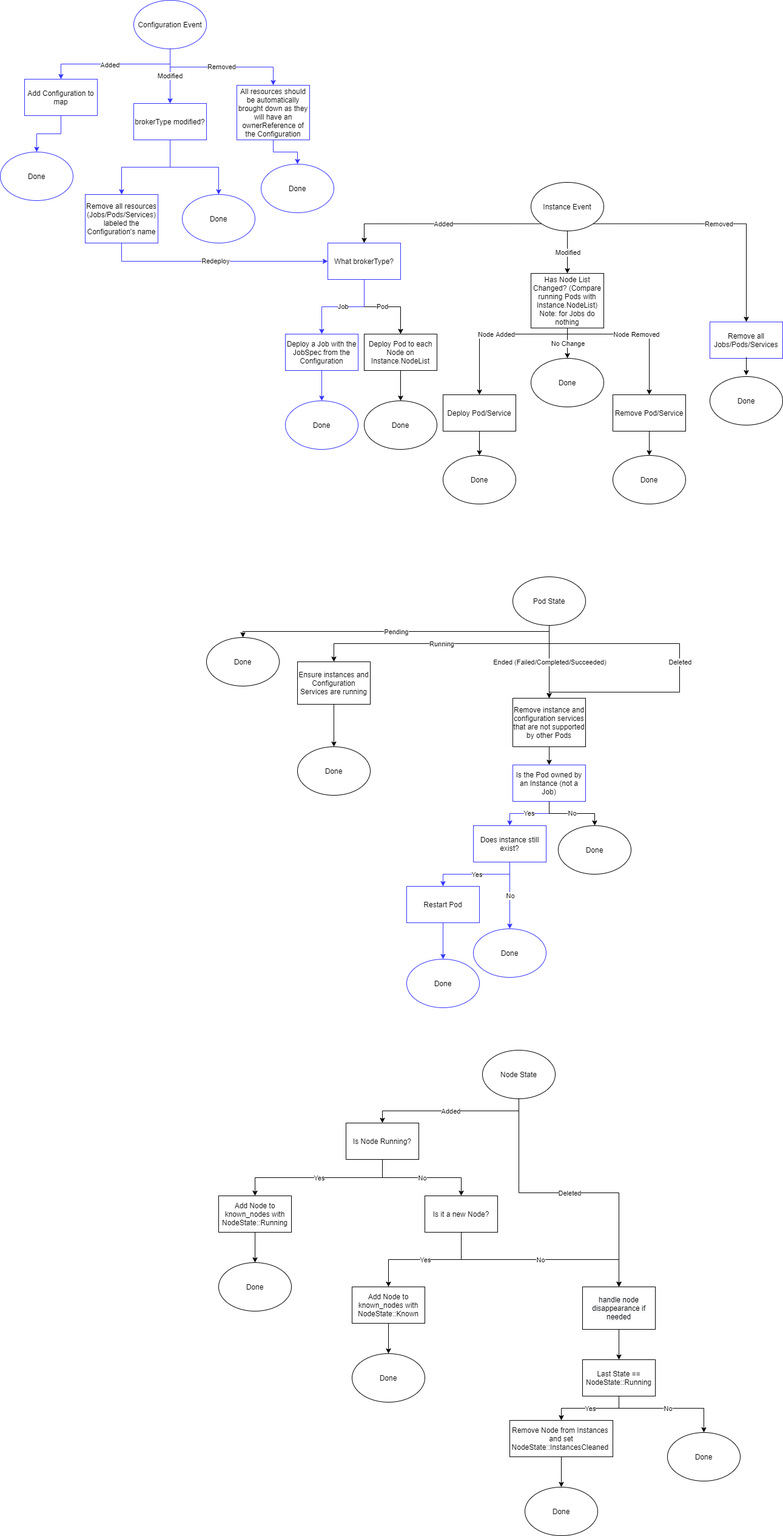
Above: media/controller-with-jobs-flow.png in project-akri/akri-docs (draw.io), before the change. Source tidied: cells renumbered, new cells last; positions are measured from the earlier drawing's top-left corner, leaving out a move shared by most shapes.
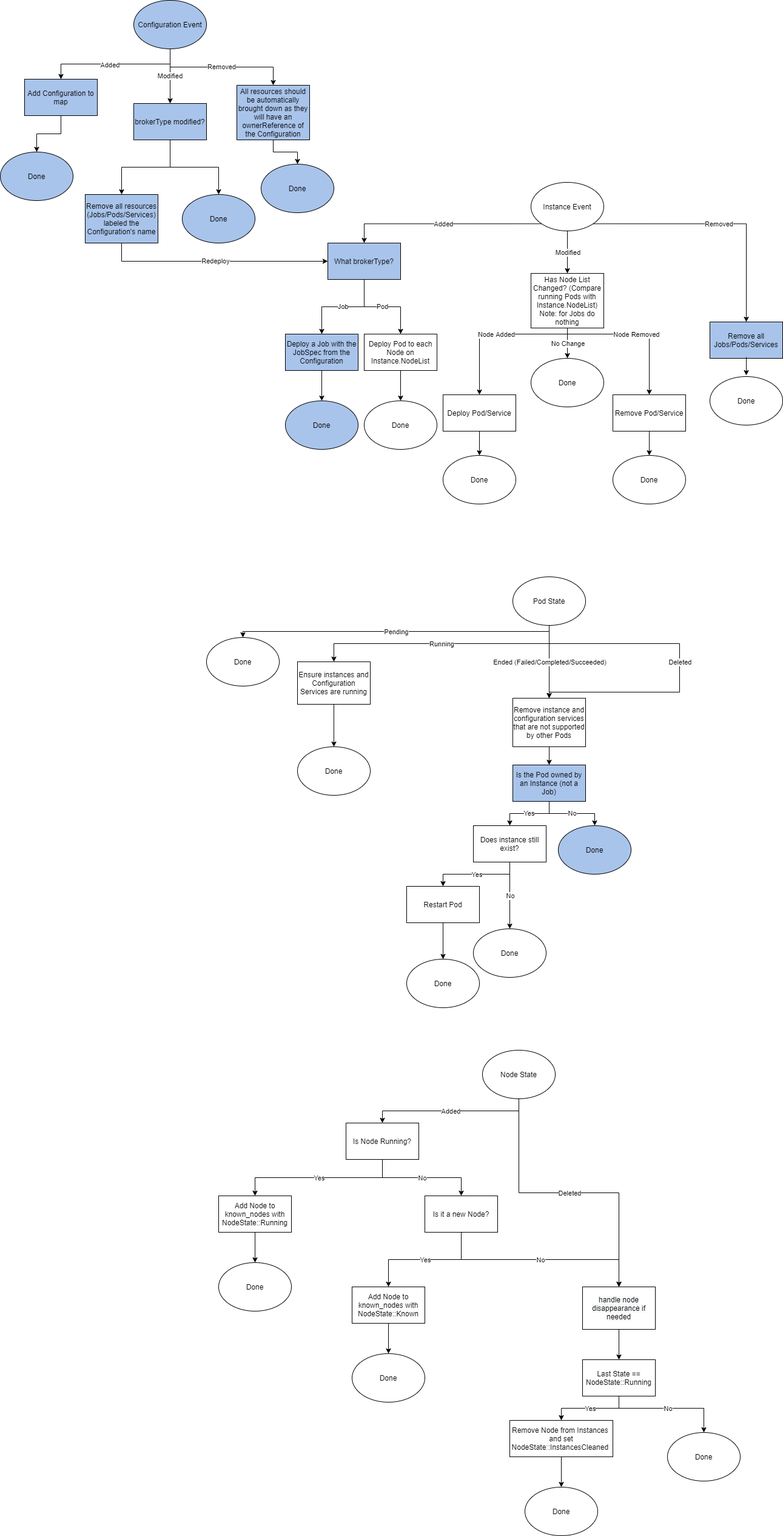
The same diagram one commit later.

Change to the diagram source:
```diff
@@ -78,7 +78,7 @@
     <mxCell id="23" value="Done" style="ellipse;whiteSpace=wrap;html=1;" parent="1" vertex="1">
       <mxGeometry x="1010" y="750" width="120" height="80" as="geometry" />
     </mxCell>
-    <mxCell id="24" value="Remove all Jobs/Pods/Services" style="rounded=0;whiteSpace=wrap;html=1;strokeColor=#3333FF;" parent="1" vertex="1">
+    <mxCell id="24" value="Remove all Jobs/Pods/Services" style="rounded=0;whiteSpace=wrap;html=1;strokeColor=#000000;fillColor=#A9C4EB;" parent="1" vertex="1">
       <mxGeometry x="1170" y="530" width="120" height="60" as="geometry" />
     </mxCell>
     <mxCell id="25" value="Done" style="ellipse;whiteSpace=wrap;html=1;" parent="1" vertex="1">
@@ -96,73 +96,73 @@
     <mxCell id="28" value="No Change" style="edgeLabel;html=1;align=center;verticalAlign=middle;" parent="27" vertex="1">
       <mxGeometry relative="1" as="geometry" />
     </mxCell>
-    <mxCell id="29" style="edgeStyle=orthogonalEdgeStyle;rounded=0;jettySize=auto;html=1;exitX=0.5;exitY=1;exitDx=0;exitDy=0;entryX=0.5;entryY=0;entryDx=0;entryDy=0;strokeColor=#3333FF;" parent="1" edge="1" source="33" target="35">
+    <mxCell id="29" style="edgeStyle=orthogonalEdgeStyle;rounded=0;jettySize=auto;html=1;exitX=0.5;exitY=1;exitDx=0;exitDy=0;entryX=0.5;entryY=0;entryDx=0;entryDy=0;strokeColor=#000000;fillColor=#A9C4EB;" parent="1" edge="1" source="33" target="35">
       <mxGeometry relative="1" as="geometry" />
     </mxCell>
-    <mxCell id="30" value="Added" style="edgeLabel;html=1;align=center;verticalAlign=middle;strokeColor=#3333FF;" parent="29" vertex="1">
+    <mxCell id="30" value="Added" style="edgeLabel;html=1;align=center;verticalAlign=middle;strokeColor=#000000;fillColor=#A9C4EB;" parent="29" vertex="1">
       <mxGeometry x="0.09" y="1" relative="1" as="geometry" />
     </mxCell>
-    <mxCell id="31" value="Modified" style="edgeStyle=orthogonalEdgeStyle;rounded=0;jettySize=auto;html=1;exitX=0.5;exitY=1;exitDx=0;exitDy=0;entryX=0.5;entryY=0;entryDx=0;entryDy=0;strokeColor=#3333FF;" parent="1" edge="1" source="33" target="38">
+    <mxCell id="31" value="Modified" style="edgeStyle=orthogonalEdgeStyle;rounded=0;jettySize=auto;html=1;exitX=0.5;exitY=1;exitDx=0;exitDy=0;entryX=0.5;entryY=0;entryDx=0;entryDy=0;strokeColor=#000000;fillColor=#A9C4EB;" parent="1" edge="1" source="33" target="38">
       <mxGeometry relative="1" as="geometry" />
     </mxCell>
-    <mxCell id="32" value="Removed" style="edgeStyle=orthogonalEdgeStyle;rounded=0;jettySize=auto;html=1;exitX=0.5;exitY=1;exitDx=0;exitDy=0;entryX=0.5;entryY=0;entryDx=0;entryDy=0;strokeColor=#3333FF;" parent="1" edge="1" source="33" target="42">
+    <mxCell id="32" value="Removed" style="edgeStyle=orthogonalEdgeStyle;rounded=0;jettySize=auto;html=1;exitX=0.5;exitY=1;exitDx=0;exitDy=0;entryX=0.5;entryY=0;entryDx=0;entryDy=0;strokeColor=#000000;fillColor=#A9C4EB;" parent="1" edge="1" source="33" target="42">
       <mxGeometry relative="1" as="geometry" />
     </mxCell>
-    <mxCell id="33" value="Configuration Event" style="ellipse;whiteSpace=wrap;html=1;strokeColor=#3333FF;" parent="1" vertex="1">
+    <mxCell id="33" value="Configuration Event" style="ellipse;whiteSpace=wrap;html=1;strokeColor=#000000;fillColor=#A9C4EB;" parent="1" vertex="1">
       <mxGeometry x="220" width="120" height="80" as="geometry" />
     </mxCell>
-    <mxCell id="34" style="edgeStyle=orthogonalEdgeStyle;rounded=0;jettySize=auto;html=1;exitX=0.5;exitY=1;exitDx=0;exitDy=0;entryX=0.5;entryY=0;entryDx=0;entryDy=0;strokeColor=#3333FF;" parent="1" edge="1" source="35" target="45">
+    <mxCell id="34" style="edgeStyle=orthogonalEdgeStyle;rounded=0;jettySize=auto;html=1;exitX=0.5;exitY=1;exitDx=0;exitDy=0;entryX=0.5;entryY=0;entryDx=0;entryDy=0;strokeColor=#000000;fillColor=#A9C4EB;" parent="1" edge="1" source="35" target="45">
       <mxGeometry relative="1" as="geometry" />
     </mxCell>
-    <mxCell id="35" value="Add Configuration to map" style="rounded=0;whiteSpace=wrap;html=1;strokeColor=#3333FF;" parent="1" vertex="1">
+    <mxCell id="35" value="Add Configuration to map" style="rounded=0;whiteSpace=wrap;html=1;strokeColor=#000000;fillColor=#A9C4EB;" parent="1" vertex="1">
       <mxGeometry x="40" y="130" width="120" height="60" as="geometry" />
     </mxCell>
-    <mxCell id="36" style="edgeStyle=orthogonalEdgeStyle;rounded=0;jettySize=auto;html=1;exitX=0.5;exitY=1;exitDx=0;exitDy=0;entryX=0.5;entryY=0;entryDx=0;entryDy=0;strokeColor=#3333FF;" parent="1" edge="1" source="38" target="40">
+    <mxCell id="36" style="edgeStyle=orthogonalEdgeStyle;rounded=0;jettySize=auto;html=1;exitX=0.5;exitY=1;exitDx=0;exitDy=0;entryX=0.5;entryY=0;entryDx=0;entryDy=0;strokeColor=#000000;fillColor=#A9C4EB;" parent="1" edge="1" source="38" target="40">
       <mxGeometry relative="1" as="geometry" />
     </mxCell>
-    <mxCell id="37" style="edgeStyle=orthogonalEdgeStyle;rounded=0;jettySize=auto;html=1;exitX=0.5;exitY=1;exitDx=0;exitDy=0;entryX=0.5;entryY=0;entryDx=0;entryDy=0;strokeColor=#3333FF;" parent="1" edge="1" source="38" target="43">
+    <mxCell id="37" style="edgeStyle=orthogonalEdgeStyle;rounded=0;jettySize=auto;html=1;exitX=0.5;exitY=1;exitDx=0;exitDy=0;entryX=0.5;entryY=0;entryDx=0;entryDy=0;strokeColor=#000000;fillColor=#A9C4EB;" parent="1" edge="1" source="38" target="43">
       <mxGeometry relative="1" as="geometry" />
     </mxCell>
-    <mxCell id="38" value="brokerType modified?" style="rounded=0;whiteSpace=wrap;html=1;strokeColor=#3333FF;" parent="1" vertex="1">
+    <mxCell id="38" value="brokerType modified?" style="rounded=0;whiteSpace=wrap;html=1;strokeColor=#000000;fillColor=#A9C4EB;" parent="1" vertex="1">
       <mxGeometry x="220" y="170" width="120" height="60" as="geometry" />
     </mxCell>
-    <mxCell id="39" value="Redeploy" style="edgeStyle=orthogonalEdgeStyle;rounded=0;jettySize=auto;html=1;exitX=0.5;exitY=1;exitDx=0;exitDy=0;entryX=0;entryY=0.5;entryDx=0;entryDy=0;strokeColor=#3333FF;" parent="1" edge="1" source="40" target="48">
+    <mxCell id="39" value="Redeploy" style="edgeStyle=orthogonalEdgeStyle;rounded=0;jettySize=auto;html=1;exitX=0.5;exitY=1;exitDx=0;exitDy=0;entryX=0;entryY=0.5;entryDx=0;entryDy=0;strokeColor=#000000;fillColor=#A9C4EB;" parent="1" edge="1" source="40" target="48">
       <mxGeometry relative="1" as="geometry" />
     </mxCell>
-    <mxCell id="40" value="Remove all resources (Jobs/Pods/Services) labeled the Configuration's name" style="rounded=0;whiteSpace=wrap;html=1;strokeColor=#3333FF;" parent="1" vertex="1">
+    <mxCell id="40" value="Remove all resources (Jobs/Pods/Services) labeled the Configuration's name" style="rounded=0;whiteSpace=wrap;html=1;strokeColor=#000000;fillColor=#A9C4EB;" parent="1" vertex="1">
       <mxGeometry x="140" y="320" width="120" height="80" as="geometry" />
     </mxCell>
-    <mxCell id="41" style="edgeStyle=orthogonalEdgeStyle;rounded=0;jettySize=auto;html=1;exitX=0.5;exitY=1;exitDx=0;exitDy=0;entryX=0.5;entryY=0;entryDx=0;entryDy=0;strokeColor=#3333FF;" parent="1" edge="1" source="42" target="44">
+    <mxCell id="41" style="edgeStyle=orthogonalEdgeStyle;rounded=0;jettySize=auto;html=1;exitX=0.5;exitY=1;exitDx=0;exitDy=0;entryX=0.5;entryY=0;entryDx=0;entryDy=0;strokeColor=#000000;fillColor=#A9C4EB;" parent="1" edge="1" source="42" target="44">
       <mxGeometry relative="1" as="geometry" />
     </mxCell>
-    <mxCell id="42" value="All resources should be automatically brought down as they will have an ownerReference of the Configuration" style="rounded=0;whiteSpace=wrap;html=1;strokeColor=#3333FF;" parent="1" vertex="1">
+    <mxCell id="42" value="All resources should be automatically brought down as they will have an ownerReference of the Configuration" style="rounded=0;whiteSpace=wrap;html=1;strokeColor=#000000;fillColor=#A9C4EB;" parent="1" vertex="1">
       <mxGeometry x="390" y="140" width="120" height="90" as="geometry" />
     </mxCell>
-    <mxCell id="43" value="Done" style="ellipse;whiteSpace=wrap;html=1;strokeColor=#3333FF;" parent="1" vertex="1">
+    <mxCell id="43" value="Done" style="ellipse;whiteSpace=wrap;html=1;strokeColor=#000000;fillColor=#A9C4EB;" parent="1" vertex="1">
       <mxGeometry x="300" y="320" width="120" height="80" as="geometry" />
     </mxCell>
-    <mxCell id="44" value="Done" style="ellipse;whiteSpace=wrap;html=1;strokeColor=#3333FF;" parent="1" vertex="1">
+    <mxCell id="44" value="Done" style="ellipse;whiteSpace=wrap;html=1;strokeColor=#000000;fillColor=#A9C4EB;" parent="1" vertex="1">
       <mxGeometry x="430" y="270" width="120" height="80" as="geometry" />
     </mxCell>
-    <mxCell id="45" value="Done" style="ellipse;whiteSpace=wrap;html=1;strokeColor=#3333FF;" parent="1" vertex="1">
+    <mxCell id="45" value="Done" style="ellipse;whiteSpace=wrap;html=1;strokeColor=#000000;fillColor=#A9C4EB;" parent="1" vertex="1">
       <mxGeometry y="250" width="120" height="80" as="geometry" />
     </mxCell>
     <mxCell id="46" value="Pod" style="edgeStyle=orthogonalEdgeStyle;rounded=0;jettySize=auto;html=1;exitX=0.5;exitY=1;exitDx=0;exitDy=0;entryX=0.5;entryY=0;entryDx=0;entryDy=0;" parent="1" edge="1" source="48" target="5">
       <mxGeometry relative="1" as="geometry" />
     </mxCell>
-    <mxCell id="47" value="Job" style="edgeStyle=orthogonalEdgeStyle;rounded=0;jettySize=auto;html=1;exitX=0.5;exitY=1;exitDx=0;exitDy=0;entryX=0.5;entryY=0;entryDx=0;entryDy=0;strokeColor=#3333FF;" parent="1" edge="1" source="48" target="50">
+    <mxCell id="47" value="Job" style="edgeStyle=orthogonalEdgeStyle;rounded=0;jettySize=auto;html=1;exitX=0.5;exitY=1;exitDx=0;exitDy=0;entryX=0.5;entryY=0;entryDx=0;entryDy=0;strokeColor=#000000;" parent="1" edge="1" source="48" target="50">
       <mxGeometry relative="1" as="geometry" />
     </mxCell>
-    <mxCell id="48" value="What brokerType?" style="rounded=0;whiteSpace=wrap;html=1;strokeColor=#3333FF;" parent="1" vertex="1">
+    <mxCell id="48" value="What brokerType?" style="rounded=0;whiteSpace=wrap;html=1;strokeColor=#000000;fillColor=#A9C4EB;" parent="1" vertex="1">
       <mxGeometry x="540" y="400" width="120" height="60" as="geometry" />
     </mxCell>
-    <mxCell id="49" style="edgeStyle=orthogonalEdgeStyle;rounded=0;jettySize=auto;html=1;exitX=0.5;exitY=1;exitDx=0;exitDy=0;entryX=0.5;entryY=0;entryDx=0;entryDy=0;strokeColor=#3333FF;" parent="1" edge="1" source="50" target="51">
+    <mxCell id="49" style="edgeStyle=orthogonalEdgeStyle;rounded=0;jettySize=auto;html=1;exitX=0.5;exitY=1;exitDx=0;exitDy=0;entryX=0.5;entryY=0;entryDx=0;entryDy=0;strokeColor=#000000;" parent="1" edge="1" source="50" target="51">
       <mxGeometry relative="1" as="geometry" />
     </mxCell>
-    <mxCell id="50" value="Deploy a Job with the JobSpec from the Configuration" style="rounded=0;whiteSpace=wrap;html=1;strokeColor=#3333FF;" parent="1" vertex="1">
+    <mxCell id="50" value="Deploy a Job with the JobSpec from the Configuration" style="rounded=0;whiteSpace=wrap;html=1;strokeColor=#000000;fillColor=#A9C4EB;" parent="1" vertex="1">
       <mxGeometry x="470" y="550" width="120" height="60" as="geometry" />
     </mxCell>
-    <mxCell id="51" value="Done" style="ellipse;whiteSpace=wrap;html=1;strokeColor=#3333FF;" parent="1" vertex="1">
+    <mxCell id="51" value="Done" style="ellipse;whiteSpace=wrap;html=1;strokeColor=#000000;fillColor=#A9C4EB;" parent="1" vertex="1">
       <mxGeometry x="470" y="660" width="120" height="80" as="geometry" />
     </mxCell>
     <mxCell id="52" value="Pod State" style="ellipse;whiteSpace=wrap;html=1;" parent="1" vertex="1">
@@ -201,34 +201,34 @@
     <mxCell id="63" style="endArrow=classic;html=1;rounded=0;edgeStyle=orthogonalEdgeStyle;exitX=0.5;exitY=1;exitDx=0;exitDy=0;entryX=0.5;entryY=0;entryDx=0;entryDy=0;" parent="1" edge="1" source="56" target="110">
       <mxGeometry relative="1" as="geometry" />
     </mxCell>
-    <mxCell id="64" value="Does instance still exist?" style="rounded=0;whiteSpace=wrap;html=1;strokeColor=#3333FF;" parent="1" vertex="1">
+    <mxCell id="64" value="Does instance still exist?" style="rounded=0;whiteSpace=wrap;html=1;strokeColor=#000000;" parent="1" vertex="1">
       <mxGeometry x="780" y="1360" width="120" height="60" as="geometry" />
     </mxCell>
-    <mxCell id="65" value="Done" style="ellipse;whiteSpace=wrap;html=1;strokeColor=#3333FF;" parent="1" vertex="1">
+    <mxCell id="65" value="Done" style="ellipse;whiteSpace=wrap;html=1;strokeColor=#000000;" parent="1" vertex="1">
       <mxGeometry x="670" y="1580" width="120" height="80" as="geometry" />
     </mxCell>
-    <mxCell id="66" style="endArrow=classic;html=1;rounded=0;edgeStyle=orthogonalEdgeStyle;exitX=0.5;exitY=1;exitDx=0;exitDy=0;strokeColor=#3333FF;" parent="1" edge="1" source="68" target="65">
+    <mxCell id="66" style="endArrow=classic;html=1;rounded=0;edgeStyle=orthogonalEdgeStyle;exitX=0.5;exitY=1;exitDx=0;exitDy=0;strokeColor=#000000;" parent="1" edge="1" source="68" target="65">
       <mxGeometry relative="1" as="geometry" />
     </mxCell>
     <mxCell id="67" style="endArrow=classic;html=1;rounded=0;edgeStyle=orthogonalEdgeStyle;exitX=0.5;exitY=1;exitDx=0;exitDy=0;entryX=0.5;entryY=0;entryDx=0;entryDy=0;" parent="1" edge="1" source="55" target="62">
       <mxGeometry relative="1" as="geometry" />
     </mxCell>
-    <mxCell id="68" value="Restart Pod" style="rounded=0;whiteSpace=wrap;html=1;strokeColor=#3333FF;" parent="1" vertex="1">
+    <mxCell id="68" value="Restart Pod" style="rounded=0;whiteSpace=wrap;html=1;strokeColor=#000000;" parent="1" vertex="1">
       <mxGeometry x="670" y="1460" width="120" height="60" as="geometry" />
     </mxCell>
-    <mxCell id="69" style="endArrow=classic;html=1;rounded=0;edgeStyle=orthogonalEdgeStyle;exitX=0.5;exitY=1;exitDx=0;exitDy=0;entryX=0.5;entryY=0;entryDx=0;entryDy=0;strokeColor=#3333FF;" parent="1" edge="1" source="64" target="68">
+    <mxCell id="69" style="endArrow=classic;html=1;rounded=0;edgeStyle=orthogonalEdgeStyle;exitX=0.5;exitY=1;exitDx=0;exitDy=0;entryX=0.5;entryY=0;entryDx=0;entryDy=0;strokeColor=#000000;" parent="1" edge="1" source="64" target="68">
       <mxGeometry relative="1" as="geometry" />
     </mxCell>
     <mxCell id="70" value="Yes" style="edgeLabel;html=1;align=center;verticalAlign=middle;strokeColor=#3333FF;" parent="69" vertex="1">
       <mxGeometry relative="1" as="geometry" />
     </mxCell>
-    <mxCell id="71" value="Done" style="ellipse;whiteSpace=wrap;html=1;strokeColor=#3333FF;" parent="1" vertex="1">
+    <mxCell id="71" value="Done" style="ellipse;whiteSpace=wrap;html=1;strokeColor=#000000;" parent="1" vertex="1">
       <mxGeometry x="780" y="1530" width="120" height="80" as="geometry" />
     </mxCell>
-    <mxCell id="72" style="endArrow=classic;html=1;rounded=0;edgeStyle=orthogonalEdgeStyle;exitX=0.5;exitY=1;exitDx=0;exitDy=0;entryX=0.5;entryY=0;entryDx=0;entryDy=0;strokeColor=#3333FF;" parent="1" edge="1" source="64" target="71">
+    <mxCell id="72" style="endArrow=classic;html=1;rounded=0;edgeStyle=orthogonalEdgeStyle;exitX=0.5;exitY=1;exitDx=0;exitDy=0;entryX=0.5;entryY=0;entryDx=0;entryDy=0;strokeColor=#000000;" parent="1" edge="1" source="64" target="71">
       <mxGeometry relative="1" as="geometry" />
     </mxCell>
-    <mxCell id="73" value="No" style="edgeLabel;html=1;align=center;verticalAlign=middle;strokeColor=#3333FF;" parent="72" vertex="1">
+    <mxCell id="73" value="No" style="edgeLabel;html=1;align=center;verticalAlign=middle;strokeColor=#000000;" parent="72" vertex="1">
       <mxGeometry relative="1" as="geometry" />
     </mxCell>
     <mxCell id="74" style="endArrow=classic;html=1;rounded=0;edgeStyle=orthogonalEdgeStyle;exitX=0.5;exitY=1;exitDx=0;exitDy=0;entryX=0.5;entryY=0;entryDx=0;entryDy=0;" parent="1" edge="1" source="52" target="56">
@@ -345,16 +345,16 @@
     <mxCell id="107" value="Done" style="ellipse;whiteSpace=wrap;html=1;" parent="1" vertex="1">
       <mxGeometry x="580" y="2230" width="120" height="80" as="geometry" />
     </mxCell>
-    <mxCell id="108" value="Yes" style="edgeStyle=orthogonalEdgeStyle;rounded=0;jettySize=auto;html=1;exitX=0.5;exitY=1;exitDx=0;exitDy=0;entryX=0.5;entryY=0;entryDx=0;entryDy=0;strokeColor=#3333FF;" parent="1" edge="1" source="110" target="64">
+    <mxCell id="108" value="Yes" style="edgeStyle=orthogonalEdgeStyle;rounded=0;jettySize=auto;html=1;exitX=0.5;exitY=1;exitDx=0;exitDy=0;entryX=0.5;entryY=0;entryDx=0;entryDy=0;strokeColor=#000000;" parent="1" edge="1" source="110" target="64">
       <mxGeometry relative="1" as="geometry" />
     </mxCell>
-    <mxCell id="109" value="No" style="edgeStyle=orthogonalEdgeStyle;rounded=0;jettySize=auto;html=1;exitX=0.5;exitY=1;exitDx=0;exitDy=0;entryX=0.5;entryY=0;entryDx=0;entryDy=0;strokeColor=#000000;" parent="1" edge="1" source="110" target="111">
+    <mxCell id="109" value="No" style="edgeStyle=orthogonalEdgeStyle;rounded=0;jettySize=auto;html=1;exitX=0.5;exitY=1;exitDx=0;exitDy=0;entryX=0.5;entryY=0;entryDx=0;entryDy=0;strokeColor=#000000;fillColor=#A9C4EB;" parent="1" edge="1" source="110" target="111">
       <mxGeometry relative="1" as="geometry" />
     </mxCell>
-    <mxCell id="110" value="Is the Pod owned by an Instance (not a Job)" style="rounded=0;whiteSpace=wrap;html=1;strokeColor=#3333FF;" parent="1" vertex="1">
+    <mxCell id="110" value="Is the Pod owned by an Instance (not a Job)" style="rounded=0;whiteSpace=wrap;html=1;strokeColor=#000000;fillColor=#A9C4EB;" parent="1" vertex="1">
       <mxGeometry x="845" y="1260" width="120" height="60" as="geometry" />
     </mxCell>
-    <mxCell id="111" value="Done" style="ellipse;whiteSpace=wrap;html=1;strokeColor=#000000;" parent="1" vertex="1">
+    <mxCell id="111" value="Done" style="ellipse;whiteSpace=wrap;html=1;strokeColor=#000000;fillColor=#A9C4EB;" parent="1" vertex="1">
       <mxGeometry x="920" y="1360" width="120" height="80" as="geometry" />
     </mxCell>
   </root>
```
